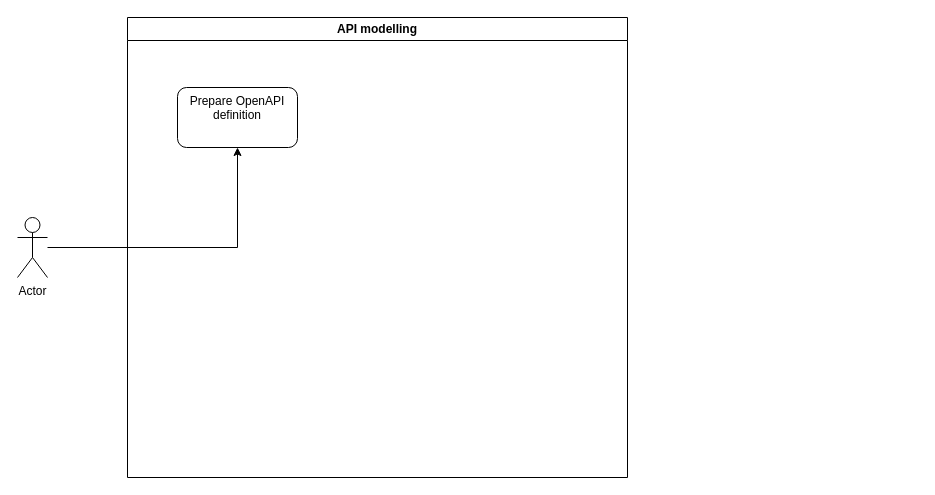
Before: Untitled Diagram.drawio in dzasta997/test, a draw.io diagram. Source tidied: cells renumbered, new cells numbered last; positions are measured from the earlier drawing's top-left corner, leaving out a move shared by most shapes. Both pictures are drawn from the tidied source at 100%, with x=0, y=0 at pixel (17, 17).
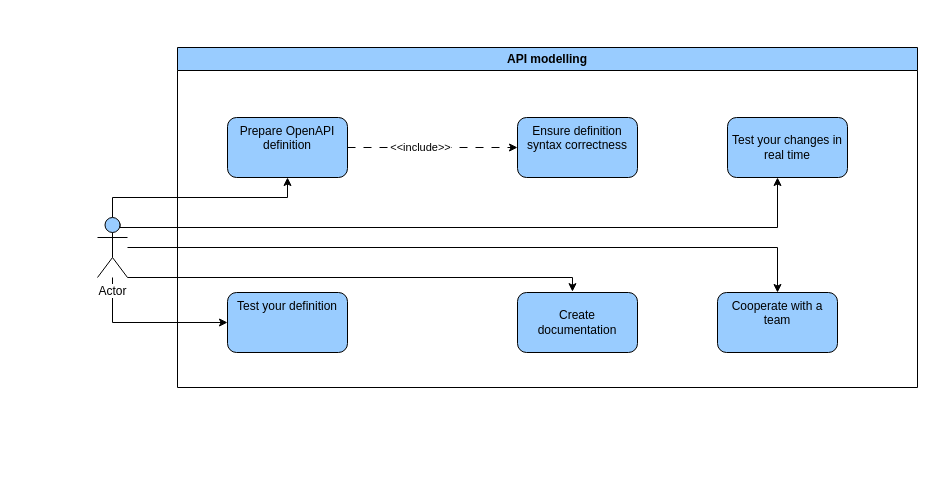
Above is the later version.

Diff of the diagram source:
```diff
@@
-    <mxCell id="2" value="API modelling" style="swimlane;whiteSpace=wrap;html=1;" parent="1" vertex="1">
-      <mxGeometry x="110" width="500" height="460" as="geometry" />
+    <mxCell id="2" value="API modelling" style="swimlane;whiteSpace=wrap;html=1;fillColor=#99CCFF;" parent="1" vertex="1">
+      <mxGeometry x="160" y="30" width="740" height="340" as="geometry" />
     </mxCell>
+    <mxCell id="6" style="edgeStyle=orthogonalEdgeStyle;rounded=0;jettySize=auto;html=1;dashed=1;dashPattern=8 8;" parent="2" edge="1" source="3" target="9">
+      <mxGeometry relative="1" as="geometry" />
+    </mxCell>
+    <mxCell id="7" value="&amp;lt;&amp;lt;include&amp;gt;&amp;gt;" style="edgeLabel;html=1;align=center;verticalAlign=middle;" parent="6" vertex="1">
+      <mxGeometry x="-0.15" y="1" relative="1" as="geometry" />
+    </mxCell>
-    <mxCell id="3" value="Prepare OpenAPI definition" style="rounded=1;whiteSpace=wrap;html=1;verticalAlign=top;" parent="2" vertex="1">
+    <mxCell id="3" value="Prepare OpenAPI definition" style="rounded=1;whiteSpace=wrap;html=1;verticalAlign=top;fillColor=#99CCFF;" parent="2" vertex="1">
       <mxGeometry x="50" y="70" width="120" height="60" as="geometry" />
     </mxCell>
+    <mxCell id="8" value="Test your changes in real time" style="rounded=1;whiteSpace=wrap;html=1;fillColor=#99CCFF;" parent="2" vertex="1">
+      <mxGeometry x="550" y="70" width="120" height="60" as="geometry" />
+    </mxCell>
+    <mxCell id="9" value="Ensure definition syntax correctness" style="whiteSpace=wrap;html=1;verticalAlign=top;rounded=1;fillColor=#99CCFF;" parent="2" vertex="1">
+      <mxGeometry x="340" y="70" width="120" height="60" as="geometry" />
+    </mxCell>
+    <mxCell id="10" value="Cooperate with a team" style="rounded=1;whiteSpace=wrap;html=1;verticalAlign=top;fillColor=#99CCFF;" parent="2" vertex="1">
+      <mxGeometry x="540" y="245" width="120" height="60" as="geometry" />
+    </mxCell>
+    <mxCell id="11" value="Create documentation" style="rounded=1;whiteSpace=wrap;html=1;fillColor=#99CCFF;" parent="2" vertex="1">
+      <mxGeometry x="340" y="245" width="120" height="60" as="geometry" />
+    </mxCell>
+    <mxCell id="12" value="Test your definition" style="rounded=1;whiteSpace=wrap;html=1;verticalAlign=top;fillColor=#99CCFF;" parent="2" vertex="1">
+      <mxGeometry x="50" y="245" width="120" height="60" as="geometry" />
+    </mxCell>
-    <mxCell id="4" style="edgeStyle=orthogonalEdgeStyle;rounded=0;jettySize=auto;html=1;" parent="1" edge="1" source="5" target="3">
+    <mxCell id="4" style="edgeStyle=orthogonalEdgeStyle;rounded=0;jettySize=auto;html=1;exitX=0.5;exitY=0;exitDx=0;exitDy=0;exitPerimeter=0;" parent="1" edge="1" source="5" target="3">
       <mxGeometry relative="1" as="geometry" />
     </mxCell>
+    <mxCell id="13" style="edgeStyle=orthogonalEdgeStyle;rounded=0;jettySize=auto;html=1;exitX=0.75;exitY=0.1;exitDx=0;exitDy=0;exitPerimeter=0;" parent="1" edge="1" source="5" target="8">
+      <mxGeometry relative="1" as="geometry">
+        <Array as="points">
+          <mxPoint x="103" y="210" />
+          <mxPoint x="760" y="210" />
+        </Array>
+      </mxGeometry>
+    </mxCell>
+    <mxCell id="14" style="edgeStyle=orthogonalEdgeStyle;rounded=0;jettySize=auto;html=1;" parent="1" edge="1" source="5" target="10">
+      <mxGeometry relative="1" as="geometry" />
+    </mxCell>
+    <mxCell id="15" style="edgeStyle=orthogonalEdgeStyle;rounded=0;jettySize=auto;html=1;exitX=1;exitY=1;exitDx=0;exitDy=0;exitPerimeter=0;entryX=0.458;entryY=-0.014;entryDx=0;entryDy=0;entryPerimeter=0;" parent="1" edge="1" source="5" target="11">
+      <mxGeometry relative="1" as="geometry">
+        <Array as="points">
+          <mxPoint x="555" y="260" />
+        </Array>
+      </mxGeometry>
+    </mxCell>
+    <mxCell id="16" style="edgeStyle=orthogonalEdgeStyle;rounded=0;jettySize=auto;html=1;" parent="1" edge="1" source="5" target="12">
+      <mxGeometry relative="1" as="geometry">
+        <Array as="points">
+          <mxPoint x="95" y="305" />
+        </Array>
+      </mxGeometry>
+    </mxCell>
-    <mxCell id="5" value="Actor" style="shape=umlActor;verticalLabelPosition=bottom;verticalAlign=top;html=1;outlineConnect=0;" parent="1" vertex="1">
-      <mxGeometry y="200" width="30" height="60" as="geometry" />
+    <mxCell id="5" value="&lt;span style=&quot;background-color: rgb(255, 255, 255);&quot;&gt;Actor&lt;/span&gt;" style="shape=umlActor;verticalLabelPosition=bottom;verticalAlign=top;html=1;outlineConnect=0;fillColor=#99CCFF;" parent="1" vertex="1">
+      <mxGeometry x="80" y="200" width="30" height="60" as="geometry" />
     </mxCell>
```
